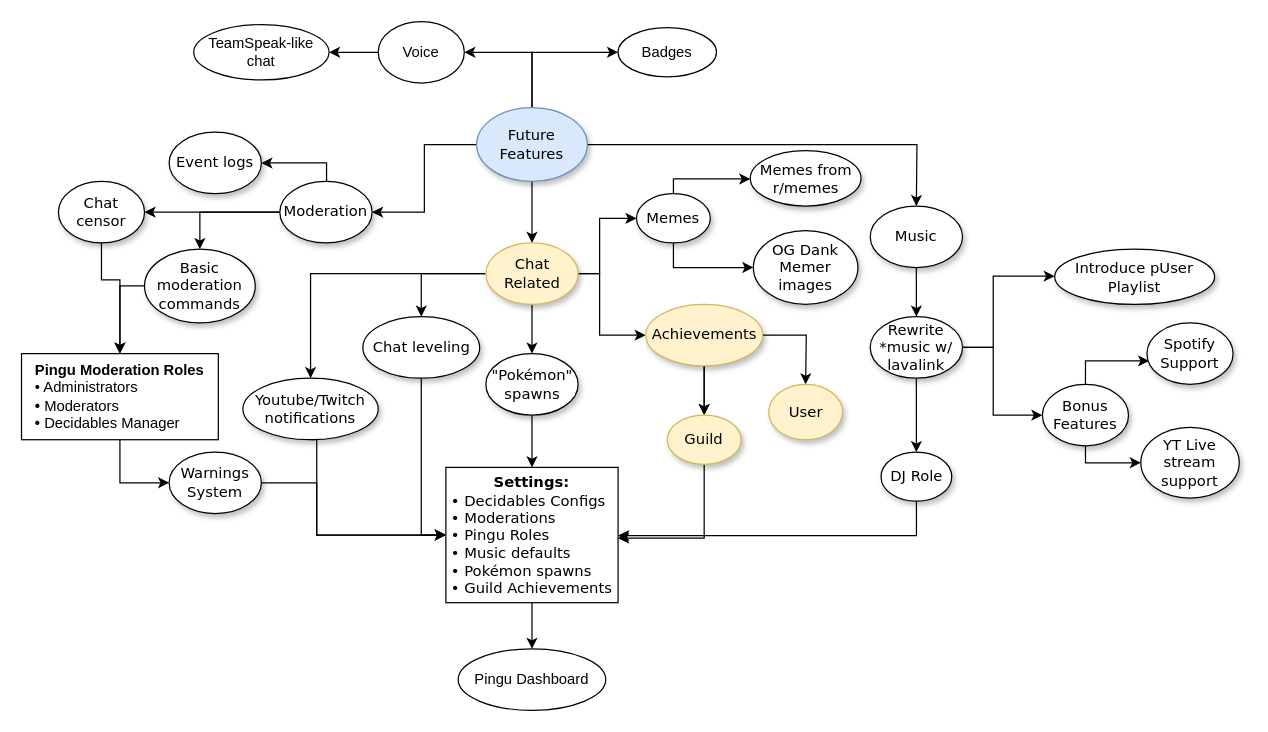
Before: Planning/Pingu Plan.drawio in DanielSimonsen90/Pingu--Classic, a draw.io diagram. Source tidied: cells renumbered, new cells numbered last; positions are measured from the earlier drawing's top-left corner, leaving out a move shared by most shapes. Both pictures are drawn from the tidied source at 123%, with x=0, y=0 at pixel (21, 21).
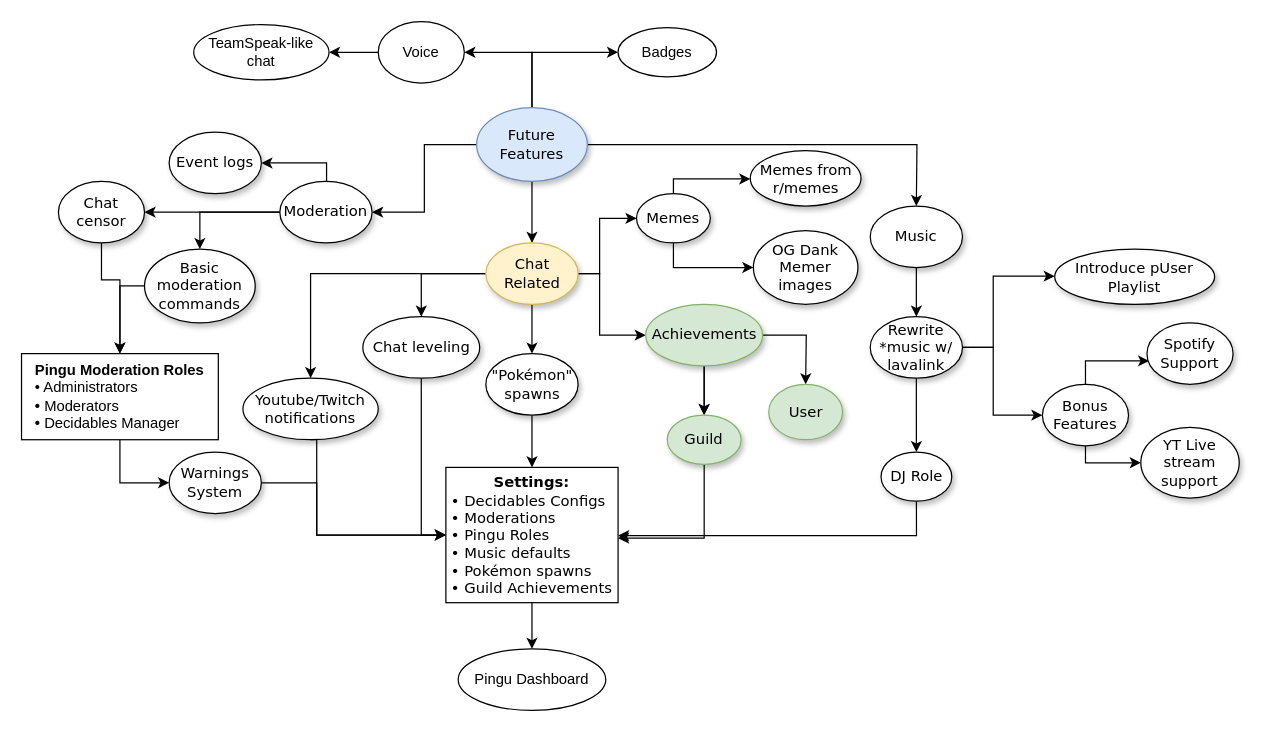
After the change.

Commit message:
Marked Achievements as finished

I just looked at the file change and oh god it's awful

Change to the diagram source:
```diff
@@
-    <mxCell id="18" value="Achievements" style="ellipse;whiteSpace=wrap;html=1;rounded=0;shadow=1;comic=0;labelBackgroundColor=none;strokeWidth=1;fontFamily=Verdana;fontSize=12;align=center;fillColor=#fff2cc;strokeColor=#d6b656;" parent="1" vertex="1">
+    <mxCell id="18" value="Achievements" style="ellipse;whiteSpace=wrap;html=1;rounded=0;shadow=1;comic=0;labelBackgroundColor=none;strokeWidth=1;fontFamily=Verdana;fontSize=12;align=center;fillColor=#d5e8d4;strokeColor=#82b366;" parent="1" vertex="1">
       <mxGeometry x="507.5" y="230" width="95" height="50" as="geometry" />
     </mxCell>
@@
-    <mxCell id="40" value="User" style="ellipse;whiteSpace=wrap;html=1;rounded=0;shadow=1;comic=0;labelBackgroundColor=none;strokeWidth=1;fontFamily=Verdana;fontSize=12;align=center;fillColor=#fff2cc;strokeColor=#d6b656;" parent="1" vertex="1">
+    <mxCell id="40" value="User" style="ellipse;whiteSpace=wrap;html=1;rounded=0;shadow=1;comic=0;labelBackgroundColor=none;strokeWidth=1;fontFamily=Verdana;fontSize=12;align=center;fillColor=#d5e8d4;strokeColor=#82b366;" parent="1" vertex="1">
       <mxGeometry x="607.5" y="295" width="60" height="45" as="geometry" />
     </mxCell>
@@
-    <mxCell id="44" value="Guild" style="ellipse;whiteSpace=wrap;html=1;rounded=0;shadow=1;comic=0;labelBackgroundColor=none;strokeWidth=1;fontFamily=Verdana;fontSize=12;align=center;fillColor=#fff2cc;strokeColor=#d6b656;" parent="1" vertex="1">
+    <mxCell id="44" value="Guild" style="ellipse;whiteSpace=wrap;html=1;rounded=0;shadow=1;comic=0;labelBackgroundColor=none;strokeWidth=1;fontFamily=Verdana;fontSize=12;align=center;fillColor=#d5e8d4;strokeColor=#82b366;" parent="1" vertex="1">
       <mxGeometry x="525" y="320" width="60" height="40" as="geometry" />
     </mxCell>
```
